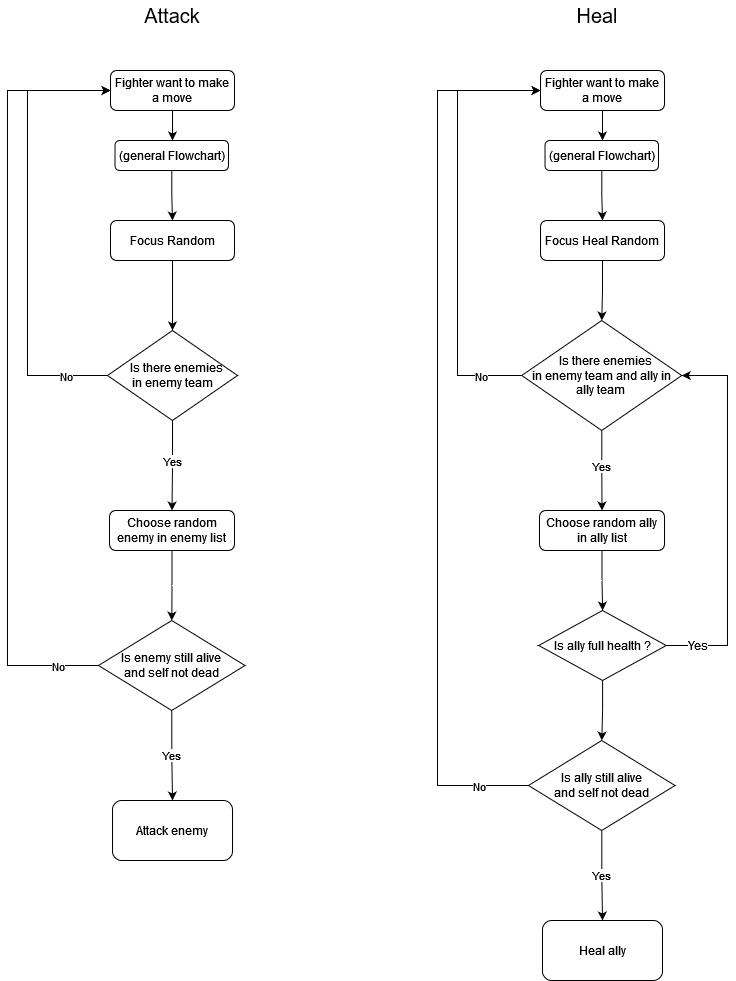
This is analyse/random_tactic_flowchart.png from nomisirenh/auto_combat_game, a draw.io export, as it was before one commit. Source tidied: cells renumbered, new cells last; positions are measured from the earlier drawing's top-left corner, leaving out a move shared by most shapes.
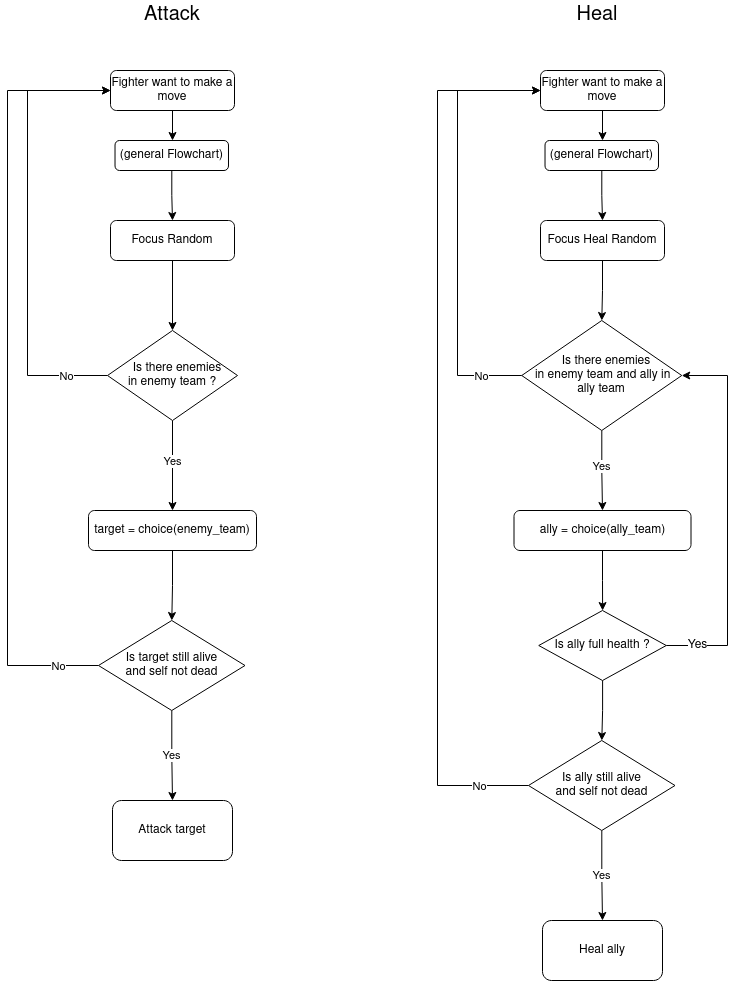
The same diagram one commit later.

Change to the diagram source:
```diff
@@ -29,14 +29,14 @@
         <mxPoint x="11" as="offset" />
       </mxGeometry>
     </mxCell>
-    <mxCell id="8" value="&lt;div&gt;&amp;nbsp;&amp;nbsp; Is there enemies&lt;/div&gt;&lt;div&gt;in enemy team&lt;/div&gt;" style="rhombus;whiteSpace=wrap;html=1;" parent="1" vertex="1">
+    <mxCell id="8" value="&lt;div&gt;&amp;nbsp;&amp;nbsp; Is there enemies&lt;/div&gt;&lt;div&gt;in enemy team ?&lt;/div&gt;" style="rhombus;whiteSpace=wrap;html=1;" parent="1" vertex="1">
       <mxGeometry x="100" y="330" width="130" height="90" as="geometry" />
     </mxCell>
     <mxCell id="9" style="edgeStyle=orthogonalEdgeStyle;rounded=0;jettySize=auto;html=1;" parent="1" edge="1" source="10" target="14">
       <mxGeometry relative="1" as="geometry" />
     </mxCell>
-    <mxCell id="10" value="Choose random enemy in enemy list" style="rounded=1;whiteSpace=wrap;html=1;" parent="1" vertex="1">
-      <mxGeometry x="102" y="510" width="125" height="40" as="geometry" />
+    <mxCell id="10" value="target = choice(enemy_team)" style="rounded=1;whiteSpace=wrap;html=1;" parent="1" vertex="1">
+      <mxGeometry x="81" y="510" width="168" height="40" as="geometry" />
     </mxCell>
     <mxCell id="11" value="Yes" style="edgeStyle=orthogonalEdgeStyle;rounded=0;jettySize=auto;html=1;" parent="1" edge="1" source="14" target="15">
       <mxGeometry relative="1" as="geometry" />
@@ -54,10 +54,10 @@
         <mxPoint x="15" y="1" as="offset" />
       </mxGeometry>
     </mxCell>
-    <mxCell id="14" value="&lt;div&gt;Is enemy still alive &lt;br&gt;&lt;/div&gt;&lt;div&gt;and self not dead&lt;/div&gt;" style="rhombus;whiteSpace=wrap;html=1;" parent="1" vertex="1">
+    <mxCell id="14" value="&lt;div&gt;Is target still alive &lt;br&gt;&lt;/div&gt;&lt;div&gt;and self not dead&lt;/div&gt;" style="rhombus;whiteSpace=wrap;html=1;" parent="1" vertex="1">
       <mxGeometry x="91" y="620" width="146.5" height="90" as="geometry" />
     </mxCell>
-    <mxCell id="15" value="Attack enemy" style="rounded=1;whiteSpace=wrap;html=1;" parent="1" vertex="1">
+    <mxCell id="15" value="Attack target" style="rounded=1;whiteSpace=wrap;html=1;" parent="1" vertex="1">
       <mxGeometry x="105" y="800" width="120" height="60" as="geometry" />
     </mxCell>
     <mxCell id="16" style="edgeStyle=orthogonalEdgeStyle;rounded=0;jettySize=auto;html=1;exitX=0.5;exitY=1;exitDx=0;exitDy=0;" parent="1" edge="1" source="17">
@@ -107,14 +107,14 @@
         <mxPoint x="11" as="offset" />
       </mxGeometry>
     </mxCell>
-    <mxCell id="28" value="&lt;div&gt;&amp;nbsp;&amp;nbsp; Is there enemies&lt;/div&gt;&lt;div&gt;in enemy team and ally in ally team&lt;br&gt;&lt;/div&gt;" style="rhombus;whiteSpace=wrap;html=1;" parent="1" vertex="1">
+    <mxCell id="28" value="&lt;div&gt;&amp;nbsp;&amp;nbsp; Is there enemies&lt;/div&gt;&lt;div&gt;&amp;nbsp;in enemy team and ally in ally team&lt;br&gt;&lt;/div&gt;" style="rhombus;whiteSpace=wrap;html=1;" parent="1" vertex="1">
       <mxGeometry x="514.2" y="320" width="160" height="110" as="geometry" />
     </mxCell>
     <mxCell id="29" style="edgeStyle=orthogonalEdgeStyle;rounded=0;jettySize=auto;html=1;fontSize=12;" parent="1" edge="1" source="30" target="42">
       <mxGeometry relative="1" as="geometry" />
     </mxCell>
-    <mxCell id="30" value="Choose random ally in ally list" style="rounded=1;whiteSpace=wrap;html=1;" parent="1" vertex="1">
-      <mxGeometry x="532" y="510" width="125" height="40" as="geometry" />
+    <mxCell id="30" value="ally = choice(ally_team)" style="rounded=1;whiteSpace=wrap;html=1;" parent="1" vertex="1">
+      <mxGeometry x="506.5" y="510" width="177" height="40" as="geometry" />
     </mxCell>
     <mxCell id="31" value="Yes" style="edgeStyle=orthogonalEdgeStyle;rounded=0;jettySize=auto;html=1;" parent="1" edge="1" source="34" target="35">
       <mxGeometry relative="1" as="geometry" />
```
